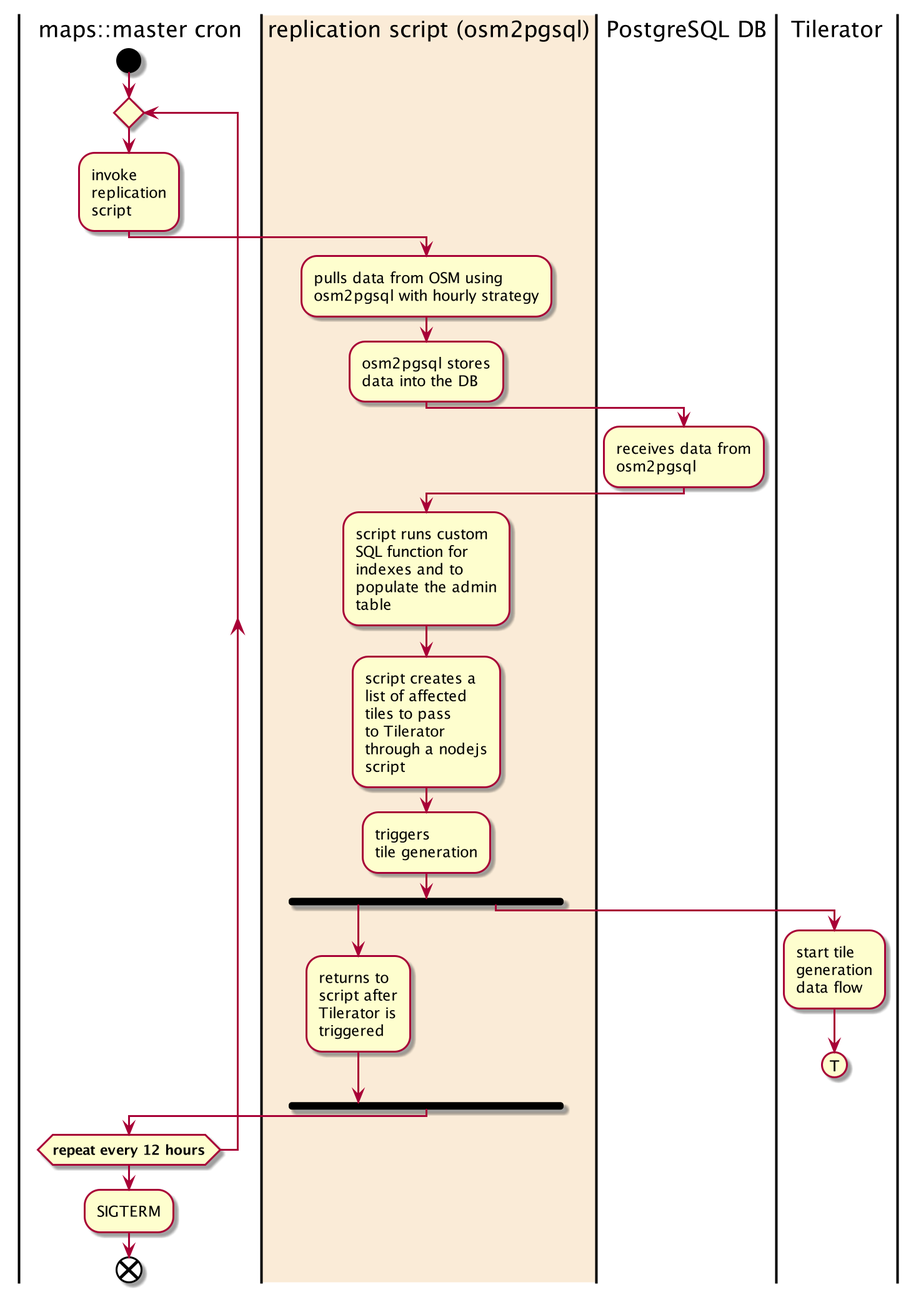
The PlantUML diagram docs/diagrams/output/osmSyncDataFlow.png in wikimedia/mediawiki-services-kartotherian, before a commit.
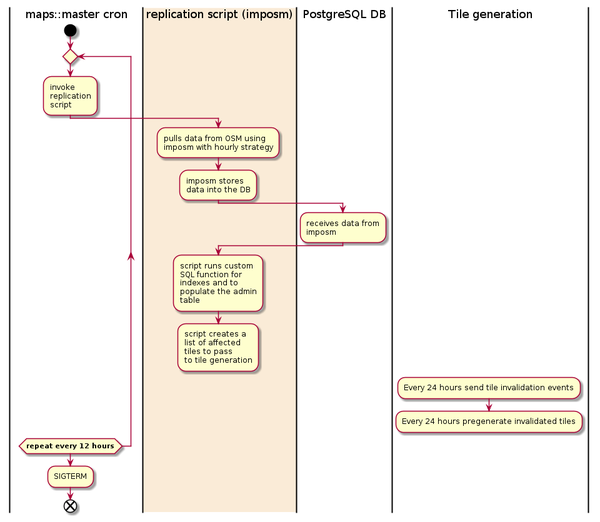
The same file after the commit.

The edit, as a diff of the source:
```diff
@@ -5,15 +5,15 @@
 :invoke
 replication
 script;
-|#AntiqueWhite|replication script (osm2pgsql)|
+|#AntiqueWhite|replication script (imposm)|
 :pulls data from OSM using
-osm2pgsql with hourly strategy;
-:osm2pgsql stores
+imposm with hourly strategy;
+:imposm stores
 data into the DB;
 |PostgreSQL DB|
 :receives data from
-osm2pgsql;
-|replication script (osm2pgsql)|
+imposm;
+|replication script (imposm)|
 :script runs custom
 SQL function for
 indexes and to
@@ -22,26 +22,13 @@
 :script creates a
 list of affected
 tiles to pass
-to Tilerator
-through a nodejs
-script;
-:triggers
-tile generation;
-fork
-|replication script (osm2pgsql)|
-:returns to
-script after
-Tilerator is
-triggered;
-fork again
-|Tilerator|
-:start tile
-generation
-data flow;
-(T)
+to tile generation;
 detach
-|replication script (osm2pgsql)|
-end fork
+|Tile generation|
+:Every 24 hours send tile invalidation events;
+:Every 24 hours pregenerate invalidated tiles;
+detach
+|replication script (imposm)|
 |maps::master cron|
 repeatwhile (<b>repeat every 12 hours)
 :SIGTERM;
```
